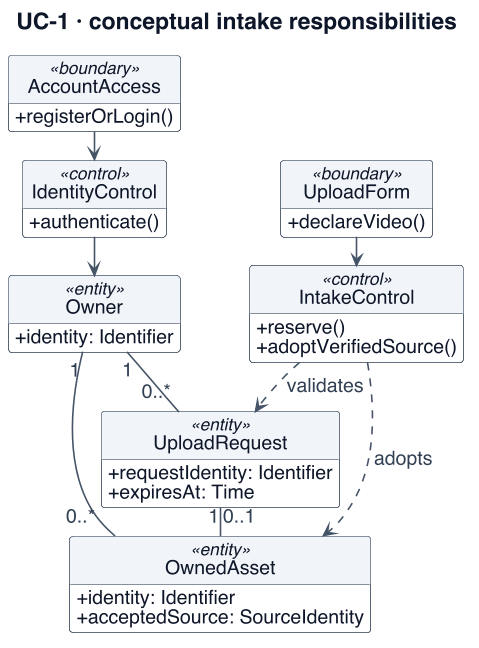
Above: project-documentation/final-report/figures/uc1-analysis-class.png in Collaboration95/dc2 (PlantUML), before the change. Source of this version:
```plantuml
@startuml
!include _style.iuml
skinparam dpi 110
skinparam defaultFontSize 18
skinparam ArrowFontSize 17
skinparam ClassAttributeFontSize 17
skinparam ClassStereotypeFontSize 15
skinparam NoteFontSize 16
skinparam LegendFontSize 15
skinparam titleFontSize 20
skinparam classAttributeIconSize 0
skinparam maxMessageSize 165
skinparam nodesep 18
skinparam ranksep 24
hide footbox
hide circle
title UC-1 · conceptual intake responsibilities
top to bottom direction
class AccountAccess <<boundary>> {
 + registerOrLogin()
}
class UploadForm <<boundary>> {
 + declareVideo()
}
class IdentityControl <<control>> {
 + authenticate()
}
class IntakeControl <<control>> {
 + reserve()
 + adoptVerifiedSource()
}
class Owner <<entity>> {
 + identity: Identifier
}
class UploadRequest <<entity>> {
 + requestIdentity: Identifier
 + expiresAt: Time
}
class OwnedAsset <<entity>> {
 + identity: Identifier
 + acceptedSource: SourceIdentity
}
AccountAccess --> IdentityControl
IdentityControl --> Owner
UploadForm --> IntakeControl
Owner "1" -down- "0..*" UploadRequest
Owner "1" -- "0..*" OwnedAsset
IntakeControl ..> UploadRequest : validates
IntakeControl ..> OwnedAsset : adopts
UploadRequest "1" -down- "0..1" OwnedAsset
@enduml
```
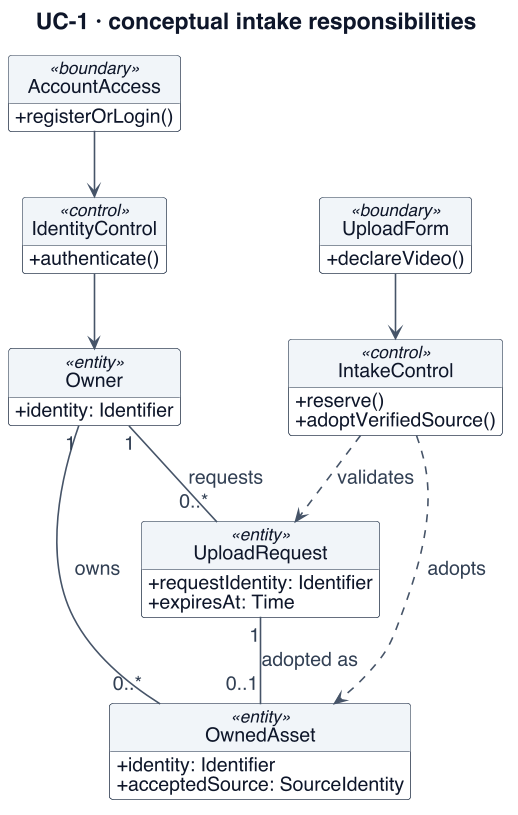
Later version of the same file.

Change to the diagram source:
```diff
@@ -10,8 +10,8 @@
 skinparam titleFontSize 20
 skinparam classAttributeIconSize 0
 skinparam maxMessageSize 165
-skinparam nodesep 18
-skinparam ranksep 24
+skinparam nodesep 36
+skinparam ranksep 56
 hide footbox
 hide circle
 title UC-1 · conceptual intake responsibilities
@@ -43,9 +43,9 @@
 AccountAccess --> IdentityControl
 IdentityControl --> Owner
 UploadForm --> IntakeControl
-Owner "1" -down- "0..*" UploadRequest
-Owner "1" -- "0..*" OwnedAsset
+Owner "1" -down- "0..*" UploadRequest : requests
+Owner "1" -down- "0..*" OwnedAsset : owns
 IntakeControl ..> UploadRequest : validates
 IntakeControl ..> OwnedAsset : adopts
-UploadRequest "1" -down- "0..1" OwnedAsset
+UploadRequest "1" -down- "0..1" OwnedAsset : adopted as
 @enduml
```
